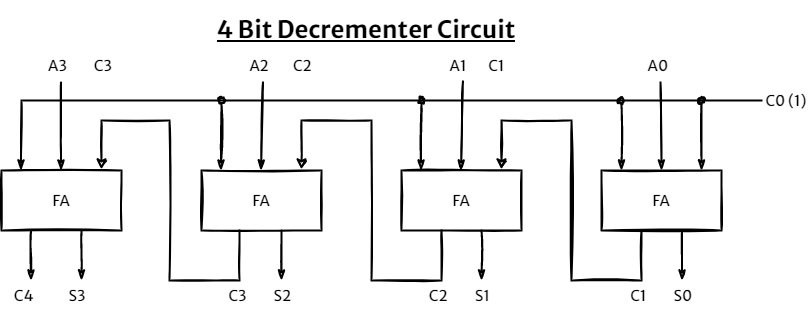
The draw.io diagram images/4-Bit-Decrement.png in ramvyasrnv/Computer-Organization, before a commit. Source tidied: cells renumbered, new cells last; positions are measured from the earlier drawing's top-left corner, leaving out a move shared by most shapes. Source of this version:
```xml
<mxGraphModel>
  <root>
    <mxCell id="0" />
    <mxCell id="1" parent="0" />
    <mxCell id="2" value="FA" style="rounded=0;whiteSpace=wrap;html=1;sketch=1;strokeWidth=2;shadow=0;strokeColor=#000000;fontFamily=Merriweather Sans;fontSize=15;" parent="1" vertex="1">
      <mxGeometry y="160" width="120" height="60" as="geometry" />
    </mxCell>
    <mxCell id="3" value="FA" style="rounded=0;whiteSpace=wrap;html=1;sketch=1;strokeWidth=2;shadow=0;strokeColor=#000000;fontFamily=Merriweather Sans;fontSize=15;" parent="1" vertex="1">
      <mxGeometry x="200" y="160" width="120" height="60" as="geometry" />
    </mxCell>
    <mxCell id="4" value="FA" style="rounded=0;whiteSpace=wrap;html=1;sketch=1;strokeWidth=2;shadow=0;strokeColor=#000000;fontFamily=Merriweather Sans;fontSize=15;" parent="1" vertex="1">
      <mxGeometry x="400" y="160" width="120" height="60" as="geometry" />
    </mxCell>
    <mxCell id="5" value="FA" style="rounded=0;whiteSpace=wrap;html=1;sketch=1;strokeWidth=2;shadow=0;strokeColor=#000000;fontFamily=Merriweather Sans;fontSize=15;" parent="1" vertex="1">
      <mxGeometry x="600" y="160" width="120" height="60" as="geometry" />
    </mxCell>
    <mxCell id="6" style="endArrow=classicThin;html=1;rounded=0;entryX=0.5;entryY=0;entryDx=0;entryDy=0;startArrow=none;startFill=0;endFill=1;sketch=1;strokeWidth=2;shadow=0;strokeColor=#000000;fontFamily=Merriweather Sans;fontSize=15;exitX=0.854;exitY=1.064;exitDx=0;exitDy=0;exitPerimeter=0;" parent="1" edge="1" target="5">
      <mxGeometry relative="1" as="geometry">
        <mxPoint x="659" y="71.9" as="sourcePoint" />
      </mxGeometry>
    </mxCell>
    <mxCell id="7" style="endArrow=classicThin;html=1;rounded=0;entryX=0.5;entryY=0;entryDx=0;entryDy=0;startArrow=oval;startFill=1;endFill=1;sketch=1;strokeWidth=2;shadow=0;strokeColor=#000000;fontFamily=Merriweather Sans;fontSize=15;" parent="1" edge="1">
      <mxGeometry relative="1" as="geometry">
        <mxPoint x="620" y="90" as="sourcePoint" />
        <mxPoint x="620" y="160" as="targetPoint" />
      </mxGeometry>
    </mxCell>
    <mxCell id="8" style="endArrow=classicThin;html=1;rounded=0;entryX=0.5;entryY=0;entryDx=0;entryDy=0;startArrow=oval;startFill=1;endFill=1;sketch=1;strokeWidth=2;shadow=0;strokeColor=#000000;fontFamily=Merriweather Sans;fontSize=15;" parent="1" edge="1">
      <mxGeometry relative="1" as="geometry">
        <mxPoint x="700" y="90" as="sourcePoint" />
        <mxPoint x="700" y="160" as="targetPoint" />
      </mxGeometry>
    </mxCell>
    <mxCell id="9" style="endArrow=classicThin;html=1;rounded=0;entryX=0.5;entryY=0;entryDx=0;entryDy=0;startArrow=none;startFill=0;endFill=1;sketch=1;strokeWidth=2;shadow=0;strokeColor=#000000;fontFamily=Merriweather Sans;fontSize=15;exitX=0.594;exitY=1.029;exitDx=0;exitDy=0;exitPerimeter=0;" parent="1" edge="1">
      <mxGeometry relative="1" as="geometry">
        <mxPoint x="461.4" y="70.9" as="sourcePoint" />
        <mxPoint x="459.5" y="160" as="targetPoint" />
      </mxGeometry>
    </mxCell>
    <mxCell id="10" style="endArrow=classicThin;html=1;rounded=0;entryX=0.5;entryY=0;entryDx=0;entryDy=0;startArrow=oval;startFill=1;endFill=1;sketch=1;strokeWidth=2;shadow=0;strokeColor=#000000;fontFamily=Merriweather Sans;fontSize=15;" parent="1" edge="1">
      <mxGeometry relative="1" as="geometry">
        <mxPoint x="420" y="90" as="sourcePoint" />
        <mxPoint x="419.5" y="160" as="targetPoint" />
      </mxGeometry>
    </mxCell>
    <mxCell id="11" style="endArrow=classicThin;html=1;rounded=0;entryX=0.5;entryY=0;entryDx=0;entryDy=0;startArrow=none;startFill=0;endFill=1;sketch=1;strokeWidth=2;shadow=0;strokeColor=#000000;fontFamily=Merriweather Sans;fontSize=15;exitX=0.331;exitY=1.064;exitDx=0;exitDy=0;exitPerimeter=0;" parent="1" edge="1">
      <mxGeometry relative="1" as="geometry">
        <mxPoint x="261.6" y="71.9" as="sourcePoint" />
        <mxPoint x="259.5" y="160" as="targetPoint" />
      </mxGeometry>
    </mxCell>
    <mxCell id="12" style="endArrow=classicThin;html=1;rounded=0;entryX=0.5;entryY=0;entryDx=0;entryDy=0;startArrow=oval;startFill=1;endFill=1;sketch=1;strokeWidth=2;shadow=0;strokeColor=#000000;fontFamily=Merriweather Sans;fontSize=15;" parent="1" edge="1">
      <mxGeometry relative="1" as="geometry">
        <mxPoint x="220" y="90" as="sourcePoint" />
        <mxPoint x="219.5" y="160" as="targetPoint" />
      </mxGeometry>
    </mxCell>
    <mxCell id="13" style="endArrow=classicThin;html=1;rounded=0;entryX=0.5;entryY=0;entryDx=0;entryDy=0;startArrow=none;startFill=0;endFill=1;sketch=1;strokeWidth=2;shadow=0;strokeColor=#000000;fontFamily=Merriweather Sans;fontSize=15;exitX=0.065;exitY=1.064;exitDx=0;exitDy=0;exitPerimeter=0;" parent="1" edge="1">
      <mxGeometry relative="1" as="geometry">
        <mxPoint x="59.4" y="71.9" as="sourcePoint" />
        <mxPoint x="59.5" y="160" as="targetPoint" />
      </mxGeometry>
    </mxCell>
    <mxCell id="14" style="endArrow=classicThin;html=1;rounded=0;entryX=0.5;entryY=0;entryDx=0;entryDy=0;startArrow=none;startFill=0;endFill=1;sketch=1;strokeWidth=2;shadow=0;strokeColor=#000000;fontFamily=Merriweather Sans;fontSize=15;" parent="1" edge="1">
      <mxGeometry relative="1" as="geometry">
        <mxPoint x="760" y="90" as="sourcePoint" />
        <mxPoint x="19.5" y="160" as="targetPoint" />
        <Array as="points">
          <mxPoint x="20" y="90" />
        </Array>
      </mxGeometry>
    </mxCell>
    <mxCell id="15" style="endArrow=classic;html=1;rounded=0;exitX=0.25;exitY=1;exitDx=0;exitDy=0;sketch=1;strokeWidth=2;shadow=0;strokeColor=#000000;fontFamily=Merriweather Sans;fontSize=15;" parent="1" edge="1">
      <mxGeometry relative="1" as="geometry">
        <mxPoint x="640" y="220" as="sourcePoint" />
        <mxPoint x="500" y="159" as="targetPoint" />
        <Array as="points">
          <mxPoint x="640" y="270" />
          <mxPoint x="570" y="270" />
          <mxPoint x="570" y="110" />
          <mxPoint x="500" y="110" />
        </Array>
      </mxGeometry>
    </mxCell>
    <mxCell id="16" style="endArrow=classic;html=1;rounded=0;exitX=0.25;exitY=1;exitDx=0;exitDy=0;sketch=1;strokeWidth=2;shadow=0;strokeColor=#000000;fontFamily=Merriweather Sans;fontSize=15;" parent="1" edge="1">
      <mxGeometry relative="1" as="geometry">
        <mxPoint x="440" y="220" as="sourcePoint" />
        <mxPoint x="300" y="159" as="targetPoint" />
        <Array as="points">
          <mxPoint x="440" y="270" />
          <mxPoint x="370" y="270" />
          <mxPoint x="370" y="110" />
          <mxPoint x="300" y="110" />
        </Array>
      </mxGeometry>
    </mxCell>
    <mxCell id="17" style="endArrow=classic;html=1;rounded=0;exitX=0.25;exitY=1;exitDx=0;exitDy=0;sketch=1;strokeWidth=2;shadow=0;strokeColor=#000000;fontFamily=Merriweather Sans;fontSize=15;" parent="1" edge="1">
      <mxGeometry relative="1" as="geometry">
        <mxPoint x="238" y="220" as="sourcePoint" />
        <mxPoint x="100" y="159" as="targetPoint" />
        <Array as="points">
          <mxPoint x="238" y="270" />
          <mxPoint x="168" y="270" />
          <mxPoint x="168" y="110" />
          <mxPoint x="100" y="110" />
        </Array>
      </mxGeometry>
    </mxCell>
    <mxCell id="18" style="endArrow=classicThin;html=1;rounded=0;entryX=0.5;entryY=0;entryDx=0;entryDy=0;startArrow=none;startFill=0;endFill=1;sketch=1;strokeWidth=2;shadow=0;strokeColor=#000000;fontFamily=Merriweather Sans;fontSize=15;" parent="1" edge="1">
      <mxGeometry relative="1" as="geometry">
        <mxPoint x="680.5" y="220" as="sourcePoint" />
        <mxPoint x="680.5" y="270" as="targetPoint" />
      </mxGeometry>
    </mxCell>
    <mxCell id="19" style="endArrow=classicThin;html=1;rounded=0;entryX=0.5;entryY=0;entryDx=0;entryDy=0;startArrow=none;startFill=0;endFill=1;sketch=1;strokeWidth=2;shadow=0;strokeColor=#000000;fontFamily=Merriweather Sans;fontSize=15;" parent="1" edge="1">
      <mxGeometry relative="1" as="geometry">
        <mxPoint x="480" y="220" as="sourcePoint" />
        <mxPoint x="480" y="270" as="targetPoint" />
      </mxGeometry>
    </mxCell>
    <mxCell id="20" style="endArrow=classicThin;html=1;rounded=0;entryX=0.5;entryY=0;entryDx=0;entryDy=0;startArrow=none;startFill=0;endFill=1;sketch=1;strokeWidth=2;shadow=0;strokeColor=#000000;fontFamily=Merriweather Sans;fontSize=15;" parent="1" edge="1">
      <mxGeometry relative="1" as="geometry">
        <mxPoint x="280" y="220" as="sourcePoint" />
        <mxPoint x="280" y="270" as="targetPoint" />
      </mxGeometry>
    </mxCell>
    <mxCell id="21" style="endArrow=classicThin;html=1;rounded=0;entryX=0.5;entryY=0;entryDx=0;entryDy=0;startArrow=none;startFill=0;endFill=1;sketch=1;strokeWidth=2;shadow=0;strokeColor=#000000;fontFamily=Merriweather Sans;fontSize=15;" parent="1" edge="1">
      <mxGeometry relative="1" as="geometry">
        <mxPoint x="80" y="220" as="sourcePoint" />
        <mxPoint x="80" y="270" as="targetPoint" />
      </mxGeometry>
    </mxCell>
    <mxCell id="22" style="endArrow=classicThin;html=1;rounded=0;entryX=0.5;entryY=0;entryDx=0;entryDy=0;startArrow=none;startFill=0;endFill=1;sketch=1;strokeWidth=2;shadow=0;strokeColor=#000000;fontFamily=Merriweather Sans;fontSize=15;" parent="1" edge="1">
      <mxGeometry relative="1" as="geometry">
        <mxPoint x="29.5" y="220" as="sourcePoint" />
        <mxPoint x="29.5" y="270" as="targetPoint" />
      </mxGeometry>
    </mxCell>
    <mxCell id="23" value="&amp;nbsp; &amp;nbsp; C4&amp;nbsp; &amp;nbsp; &amp;nbsp; &amp;nbsp; &amp;nbsp; &amp;nbsp; &amp;nbsp;S3&amp;nbsp; &amp;nbsp; &amp;nbsp; &amp;nbsp; &amp;nbsp; &amp;nbsp; &amp;nbsp; &amp;nbsp; &amp;nbsp; &amp;nbsp; &amp;nbsp; &amp;nbsp; &amp;nbsp; &amp;nbsp; &amp;nbsp; &amp;nbsp; &amp;nbsp; &amp;nbsp; &amp;nbsp; &amp;nbsp; &amp;nbsp; &amp;nbsp; &amp;nbsp; &amp;nbsp; &amp;nbsp; &amp;nbsp; &amp;nbsp;C3&amp;nbsp; &amp;nbsp; &amp;nbsp; &amp;nbsp; &amp;nbsp; S2&amp;nbsp; &amp;nbsp; &amp;nbsp; &amp;nbsp; &amp;nbsp; &amp;nbsp; &amp;nbsp; &amp;nbsp; &amp;nbsp; &amp;nbsp; &amp;nbsp; &amp;nbsp; &amp;nbsp; &amp;nbsp; &amp;nbsp; &amp;nbsp; &amp;nbsp; &amp;nbsp; &amp;nbsp; &amp;nbsp; &amp;nbsp; &amp;nbsp; &amp;nbsp; &amp;nbsp; &amp;nbsp; &amp;nbsp;C2&amp;nbsp; &amp;nbsp; &amp;nbsp; &amp;nbsp; &amp;nbsp; S1&amp;nbsp; &amp;nbsp; &amp;nbsp; &amp;nbsp; &amp;nbsp; &amp;nbsp; &amp;nbsp; &amp;nbsp; &amp;nbsp; &amp;nbsp; &amp;nbsp; &amp;nbsp; &amp;nbsp; &amp;nbsp; &amp;nbsp; &amp;nbsp; &amp;nbsp; &amp;nbsp; &amp;nbsp; &amp;nbsp; &amp;nbsp; &amp;nbsp; &amp;nbsp; &amp;nbsp; &amp;nbsp; &amp;nbsp; C1&amp;nbsp; &amp;nbsp; &amp;nbsp; &amp;nbsp; &amp;nbsp; S0" style="text;html=1;align=left;verticalAlign=middle;whiteSpace=wrap;rounded=0;sketch=1;fontFamily=Merriweather Sans;fontSize=15;shadow=0;strokeColor=none;" parent="1" vertex="1">
      <mxGeometry y="270" width="760" height="30" as="geometry" />
    </mxCell>
    <mxCell id="24" value="&lt;h1&gt;4 Bit Decrementer Circuit&lt;/h1&gt;" style="text;html=1;strokeColor=none;fillColor=none;spacing=5;spacingTop=-20;whiteSpace=wrap;overflow=hidden;rounded=0;sketch=1;strokeWidth=1;align=center;fontStyle=4;fontFamily=Merriweather Sans;labelBackgroundColor=none;" parent="1" vertex="1">
      <mxGeometry x="10" width="710" height="40" as="geometry" />
    </mxCell>
    <mxCell id="25" value="&amp;nbsp; &amp;nbsp; &amp;nbsp; &amp;nbsp; &amp;nbsp; &amp;nbsp; &amp;nbsp;A3&amp;nbsp; &amp;nbsp; &amp;nbsp; &amp;nbsp; &amp;nbsp; C3&amp;nbsp; &amp;nbsp; &amp;nbsp; &amp;nbsp; &amp;nbsp; &amp;nbsp; &amp;nbsp; &amp;nbsp; &amp;nbsp; &amp;nbsp; &amp;nbsp; &amp;nbsp; &amp;nbsp; &amp;nbsp; &amp;nbsp; &amp;nbsp; &amp;nbsp; &amp;nbsp; &amp;nbsp; &amp;nbsp; &amp;nbsp; &amp;nbsp; &amp;nbsp; &amp;nbsp; &amp;nbsp; &amp;nbsp;A2&amp;nbsp; &amp;nbsp; &amp;nbsp; &amp;nbsp; &amp;nbsp;C2&amp;nbsp; &amp;nbsp; &amp;nbsp; &amp;nbsp; &amp;nbsp; &amp;nbsp; &amp;nbsp; &amp;nbsp; &amp;nbsp; &amp;nbsp; &amp;nbsp; &amp;nbsp; &amp;nbsp; &amp;nbsp; &amp;nbsp; &amp;nbsp; &amp;nbsp; &amp;nbsp; &amp;nbsp; &amp;nbsp; &amp;nbsp; &amp;nbsp; &amp;nbsp; &amp;nbsp; &amp;nbsp; &amp;nbsp;A1&amp;nbsp; &amp;nbsp; &amp;nbsp; &amp;nbsp; C1&amp;nbsp; &amp;nbsp; &amp;nbsp; &amp;nbsp; &amp;nbsp; &amp;nbsp; &amp;nbsp; &amp;nbsp; &amp;nbsp; &amp;nbsp; &amp;nbsp; &amp;nbsp; &amp;nbsp; &amp;nbsp; &amp;nbsp; &amp;nbsp; &amp;nbsp; &amp;nbsp; &amp;nbsp; &amp;nbsp; &amp;nbsp; &amp;nbsp; &amp;nbsp; &amp;nbsp; &amp;nbsp; &amp;nbsp; &amp;nbsp;A0&amp;nbsp;" style="text;html=1;align=left;verticalAlign=middle;whiteSpace=wrap;rounded=0;sketch=1;fontFamily=Merriweather Sans;fontSize=15;shadow=0;strokeColor=none;" parent="1" vertex="1">
      <mxGeometry x="10" y="40" width="760" height="30" as="geometry" />
    </mxCell>
    <mxCell id="26" value="&lt;span style=&quot;font-size: 15px ; text-align: left&quot;&gt;C0 (1)&lt;/span&gt;" style="text;html=1;strokeColor=none;fillColor=none;align=center;verticalAlign=middle;whiteSpace=wrap;rounded=0;labelBackgroundColor=none;sketch=1;fontFamily=Merriweather Sans;" parent="1" vertex="1">
      <mxGeometry x="760" y="70" width="50" height="40" as="geometry" />
    </mxCell>
  </root>
</mxGraphModel>
```
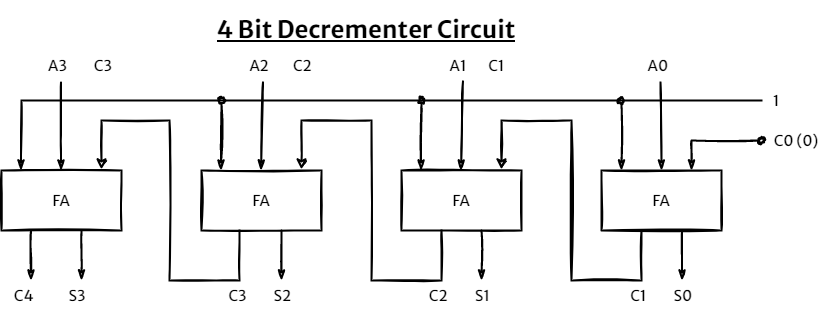
After the change.

The edit, as a diff of the source:
```diff
@@ -27,8 +27,11 @@
     </mxCell>
     <mxCell id="8" style="endArrow=classicThin;html=1;rounded=0;entryX=0.5;entryY=0;entryDx=0;entryDy=0;startArrow=oval;startFill=1;endFill=1;sketch=1;strokeWidth=2;shadow=0;strokeColor=#000000;fontFamily=Merriweather Sans;fontSize=15;" parent="1" edge="1">
       <mxGeometry relative="1" as="geometry">
-        <mxPoint x="700" y="90" as="sourcePoint" />
-        <mxPoint x="700" y="160" as="targetPoint" />
+        <mxPoint x="760" y="130" as="sourcePoint" />
+        <mxPoint x="690" y="160" as="targetPoint" />
+        <Array as="points">
+          <mxPoint x="690" y="130" />
+        </Array>
       </mxGeometry>
     </mxCell>
     <mxCell id="9" style="endArrow=classicThin;html=1;rounded=0;entryX=0.5;entryY=0;entryDx=0;entryDy=0;startArrow=none;startFill=0;endFill=1;sketch=1;strokeWidth=2;shadow=0;strokeColor=#000000;fontFamily=Merriweather Sans;fontSize=15;exitX=0.594;exitY=1.029;exitDx=0;exitDy=0;exitPerimeter=0;" parent="1" edge="1">
@@ -145,8 +148,11 @@
     <mxCell id="25" value="&amp;nbsp; &amp;nbsp; &amp;nbsp; &amp;nbsp; &amp;nbsp; &amp;nbsp; &amp;nbsp;A3&amp;nbsp; &amp;nbsp; &amp;nbsp; &amp;nbsp; &amp;nbsp; C3&amp;nbsp; &amp;nbsp; &amp;nbsp; &amp;nbsp; &amp;nbsp; &amp;nbsp; &amp;nbsp; &amp;nbsp; &amp;nbsp; &amp;nbsp; &amp;nbsp; &amp;nbsp; &amp;nbsp; &amp;nbsp; &amp;nbsp; &amp;nbsp; &amp;nbsp; &amp;nbsp; &amp;nbsp; &amp;nbsp; &amp;nbsp; &amp;nbsp; &amp;nbsp; &amp;nbsp; &amp;nbsp; &amp;nbsp;A2&amp;nbsp; &amp;nbsp; &amp;nbsp; &amp;nbsp; &amp;nbsp;C2&amp;nbsp; &amp;nbsp; &amp;nbsp; &amp;nbsp; &amp;nbsp; &amp;nbsp; &amp;nbsp; &amp;nbsp; &amp;nbsp; &amp;nbsp; &amp;nbsp; &amp;nbsp; &amp;nbsp; &amp;nbsp; &amp;nbsp; &amp;nbsp; &amp;nbsp; &amp;nbsp; &amp;nbsp; &amp;nbsp; &amp;nbsp; &amp;nbsp; &amp;nbsp; &amp;nbsp; &amp;nbsp; &amp;nbsp;A1&amp;nbsp; &amp;nbsp; &amp;nbsp; &amp;nbsp; C1&amp;nbsp; &amp;nbsp; &amp;nbsp; &amp;nbsp; &amp;nbsp; &amp;nbsp; &amp;nbsp; &amp;nbsp; &amp;nbsp; &amp;nbsp; &amp;nbsp; &amp;nbsp; &amp;nbsp; &amp;nbsp; &amp;nbsp; &amp;nbsp; &amp;nbsp; &amp;nbsp; &amp;nbsp; &amp;nbsp; &amp;nbsp; &amp;nbsp; &amp;nbsp; &amp;nbsp; &amp;nbsp; &amp;nbsp; &amp;nbsp;A0&amp;nbsp;" style="text;html=1;align=left;verticalAlign=middle;whiteSpace=wrap;rounded=0;sketch=1;fontFamily=Merriweather Sans;fontSize=15;shadow=0;strokeColor=none;" parent="1" vertex="1">
       <mxGeometry x="10" y="40" width="760" height="30" as="geometry" />
     </mxCell>
-    <mxCell id="26" value="&lt;span style=&quot;font-size: 15px ; text-align: left&quot;&gt;C0 (1)&lt;/span&gt;" style="text;html=1;strokeColor=none;fillColor=none;align=center;verticalAlign=middle;whiteSpace=wrap;rounded=0;labelBackgroundColor=none;sketch=1;fontFamily=Merriweather Sans;" parent="1" vertex="1">
-      <mxGeometry x="760" y="70" width="50" height="40" as="geometry" />
+    <mxCell id="26" value="&lt;span style=&quot;font-size: 15px ; text-align: left&quot;&gt;C0 (0)&lt;/span&gt;" style="text;html=1;strokeColor=none;fillColor=none;align=center;verticalAlign=middle;whiteSpace=wrap;rounded=0;labelBackgroundColor=none;sketch=1;fontFamily=Merriweather Sans;" parent="1" vertex="1">
+      <mxGeometry x="770" y="110" width="50" height="40" as="geometry" />
     </mxCell>
+    <mxCell id="27" value="&lt;span style=&quot;font-size: 15px ; text-align: left&quot;&gt;1&lt;br&gt;&lt;/span&gt;" style="text;html=1;strokeColor=none;fillColor=none;align=center;verticalAlign=middle;whiteSpace=wrap;rounded=0;labelBackgroundColor=none;sketch=1;fontFamily=Merriweather Sans;" parent="1" vertex="1">
+      <mxGeometry x="760" y="70" width="30" height="40" as="geometry" />
+    </mxCell>
   </root>
 </mxGraphModel>
```
